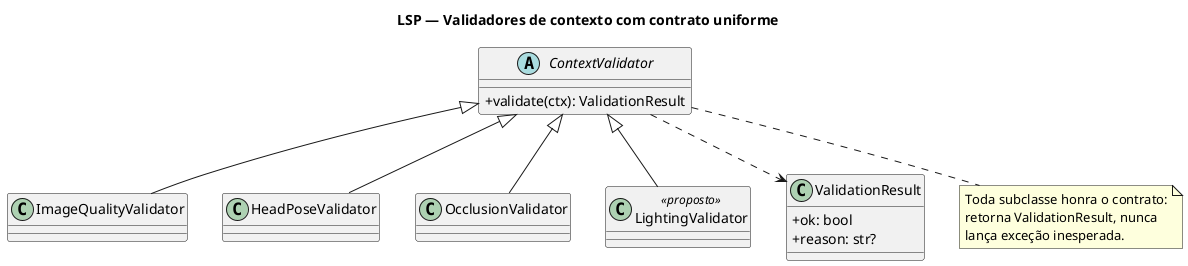
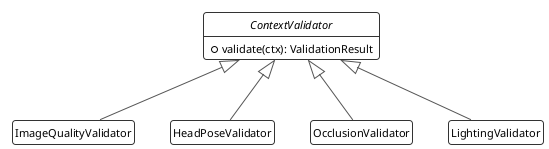
@startuml
- title LSP — Validadores de contexto com contrato uniforme
- 
- skinparam classAttributeIconSize 0
+ !theme plain
skinparam shadowing false
+ skinparam roundCorner 6
skinparam defaultFontName "Helvetica"
+ skinparam defaultFontSize 11
+ skinparam ArrowColor #555555
+ skinparam ClassBackgroundColor #FFFFFF
+ skinparam ClassBorderColor #333333
+ hide circle
+ hide empty members

abstract class ContextValidator {
  +validate(ctx): ValidationResult
}
- 
class ImageQualityValidator
class HeadPoseValidator
class OcclusionValidator
- class LightingValidator <<proposto>>
- 
- class ValidationResult {
-   +ok: bool
-   +reason: str?
- }
+ class LightingValidator

ContextValidator <|-- ImageQualityValidator
ContextValidator <|-- HeadPoseValidator
ContextValidator <|-- OcclusionValidator
ContextValidator <|-- LightingValidator
- 
- ContextValidator ..> ValidationResult
- 
- note bottom of ContextValidator
-   Toda subclasse honra o contrato:
-   retorna ValidationResult, nunca
-   lança exceção inesperada.
- end note
- 
@enduml
